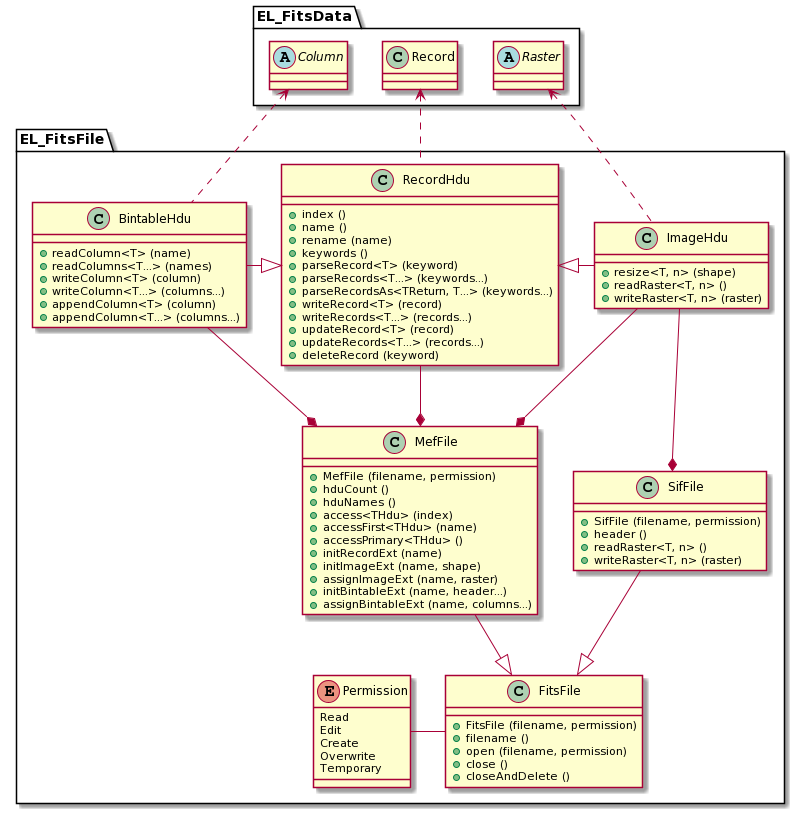
Before: doc/diagrams/out/FitsFile.png, a diagram exported from PlantUML (CNES/EleFits).
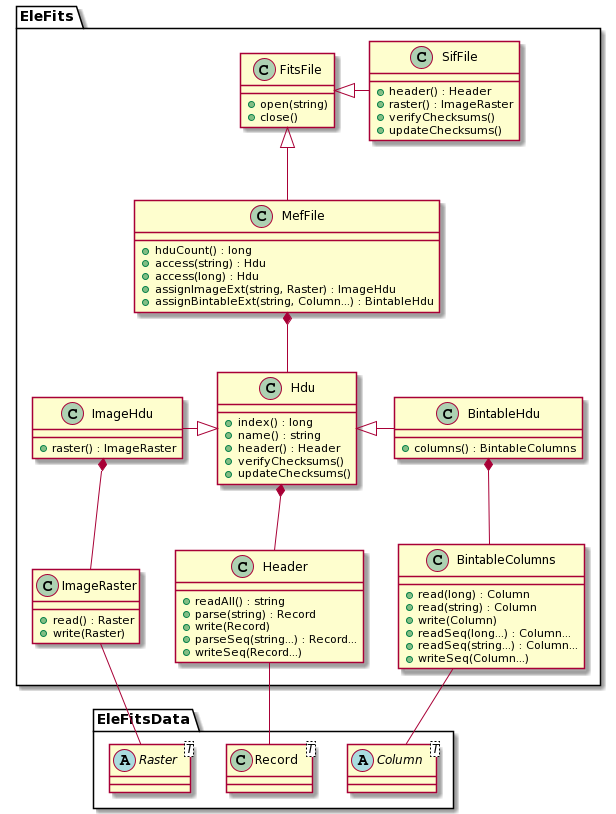
The same diagram one commit later.

What changed in the source:
```diff
@@ -1,97 +1,88 @@
 @startuml
-package EL_FitsFile {
+package EleFitsData {
 
-RecordHdu <|- ImageHdu
-BintableHdu -|> RecordHdu
+class Record<T> {
+}
 
-BintableHdu --* MefFile
-RecordHdu --* MefFile
-ImageHdu --* MefFile
+abstract class Raster<T> {
+}
 
-MefFile --|> FitsFile
-SifFile --|> FitsFile
-ImageHdu --* SifFile
-
-Permission - FitsFile
+abstract class Column<T> {
+}
 
 }
 
-package EL_FitsData {
+package EleFits {
 
-Raster <.. ImageHdu
-Column <.. BintableHdu
-Record <.. RecordHdu
+class FitsFile {
++ open(string)
++ close()
+}
+
+class SifFile {
++ header() : Header
++ raster() : ImageRaster
++ verifyChecksums()
++ updateChecksums()
+}
+
+class MefFile {
++ hduCount() : long
++ access(string) : Hdu
++ access(long) : Hdu
++ assignImageExt(string, Raster) : ImageHdu
++ assignBintableExt(string, Column...) : BintableHdu
+}
+
+class Hdu {
++ index() : long
++ name() : string
++ header() : Header
++ verifyChecksums()
++ updateChecksums()
+}
+
+class ImageHdu {
++ raster() : ImageRaster
+}
+
+class BintableHdu {
++ columns() : BintableColumns
+}
+
+class Header {
++ readAll() : string
++ parse(string) : Record
++ write(Record)
++ parseSeq(string...) : Record...
++ writeSeq(Record...)
+}
+
+class ImageRaster {
++ read() : Raster
++ write(Raster)
+}
+
+class BintableColumns {
++ read(long) : Column
++ read(string) : Column
++ write(Column)
++ readSeq(long...) : Column...
++ readSeq(string...) : Column...
++ writeSeq(Column...)
+}
 
 }
 
-enum Permission {
-Read
-Edit
-Create
-Overwrite
-Temporary
-}
-
-class FitsFile {
-+ FitsFile (filename, permission)
-+ filename ()
-+ open (filename, permission)
-+ close ()
-+ closeAndDelete ()
-}
-
-class MefFile {
-+ MefFile (filename, permission)
-+ hduCount ()
-+ hduNames ()
-+ access<THdu> (index)
-+ accessFirst<THdu> (name)
-+ accessPrimary<THdu> ()
-+ initRecordExt (name)
-+ initImageExt (name, shape)
-+ assignImageExt (name, raster)
-+ initBintableExt (name, header...)
-+ assignBintableExt (name, columns...)
-}
-
-class SifFile {
-+ SifFile (filename, permission)
-+ header ()
-+ readRaster<T, n> ()
-+ writeRaster<T, n> (raster)
-}
-
-class RecordHdu {
-+ index ()
-+ name ()
-+ rename (name)
-+ keywords ()
-+ parseRecord<T> (keyword)
-+ parseRecords<T...> (keywords...)
-+ parseRecordsAs<TReturn, T...> (keywords...)
-+ writeRecord<T> (record)
-+ writeRecords<T...> (records...)
-+ updateRecord<T> (record)
-+ updateRecords<T...> (records...)
-+ deleteRecord (keyword)
-}
-
-class ImageHdu {
-+ resize<T, n> (shape)
-+ readRaster<T, n> ()
-+ writeRaster<T, n> (raster)
-}
-
-class BintableHdu {
-+ readColumn<T> (name)
-+ readColumns<T...> (names)
-+ writeColumn<T> (column)
-+ writeColumn<T...> (columns...)
-+ appendColumn<T> (column)
-+ appendColumn<T...> (columns...)
-}
-
-abstract class Raster {}
-
-abstract class Column {}
+FitsFile <|- SifFile
+FitsFile <|-- MefFile
+ImageHdu -|> Hdu
+Hdu <|- BintableHdu
+Hdu *-- Header
+ImageHdu *-- ImageRaster
+BintableHdu *-- BintableColumns
+MefFile *-- Hdu
+Header -- Record
+ImageRaster -- Raster
+BintableColumns -- Column
 @enduml
```
